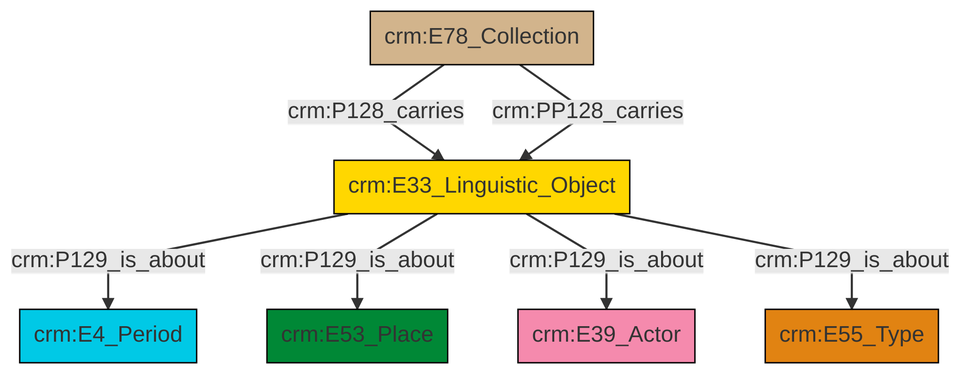
swiss-art-research-net/docs.swissartresearch keeps this Mermaid diagram as et/archivalCSV/ttl/mmd/png/archival_aboutness.png. Above is the earlier version. Its source is kept beside it as et/archivalCSV/ttl/mmd/archival_aboutness.ttl.mmd.
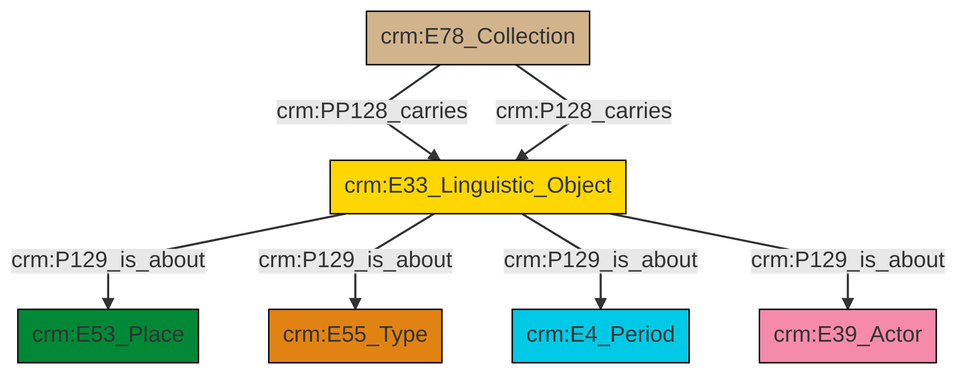
After the commit.

The edit, as a diff of the source:
```diff
@@ -13,9 +13,9 @@
 classDef PC_Classes fill:#4ce600, stroke:#000000;
 classDef Multi fill:#cccccc,stroke:#000000;
 
+2["crm:E33_Linguistic_Object"]:::Conceptual_Object -->|crm:P129_is_about| 0["crm:E53_Place"]:::Place
+2["crm:E33_Linguistic_Object"]:::Conceptual_Object -->|crm:P129_is_about| 4["crm:E55_Type"]:::Type
 2["crm:E33_Linguistic_Object"]:::Conceptual_Object -->|crm:P129_is_about| 6["crm:E4_Period"]:::Temporal_Entity
-2["crm:E33_Linguistic_Object"]:::Conceptual_Object -->|crm:P129_is_about| 7["crm:E53_Place"]:::Place
-4["crm:E78_Collection"]:::Physical_Thing -->|crm:P128_carries| 2["crm:E33_Linguistic_Object"]:::Conceptual_Object
-2["crm:E33_Linguistic_Object"]:::Conceptual_Object -->|crm:P129_is_about| 0["crm:E39_Actor"]:::Actor
-2["crm:E33_Linguistic_Object"]:::Conceptual_Object -->|crm:P129_is_about| 8["crm:E55_Type"]:::Type
-4["crm:E78_Collection"]:::Physical_Thing -->|crm:PP128_carries| 2["crm:E33_Linguistic_Object"]:::Conceptual_Object
+2["crm:E33_Linguistic_Object"]:::Conceptual_Object -->|crm:P129_is_about| 8["crm:E39_Actor"]:::Actor
+9["crm:E78_Collection"]:::Physical_Thing -->|crm:PP128_carries| 2["crm:E33_Linguistic_Object"]:::Conceptual_Object
+9["crm:E78_Collection"]:::Physical_Thing -->|crm:P128_carries| 2["crm:E33_Linguistic_Object"]:::Conceptual_Object
```
